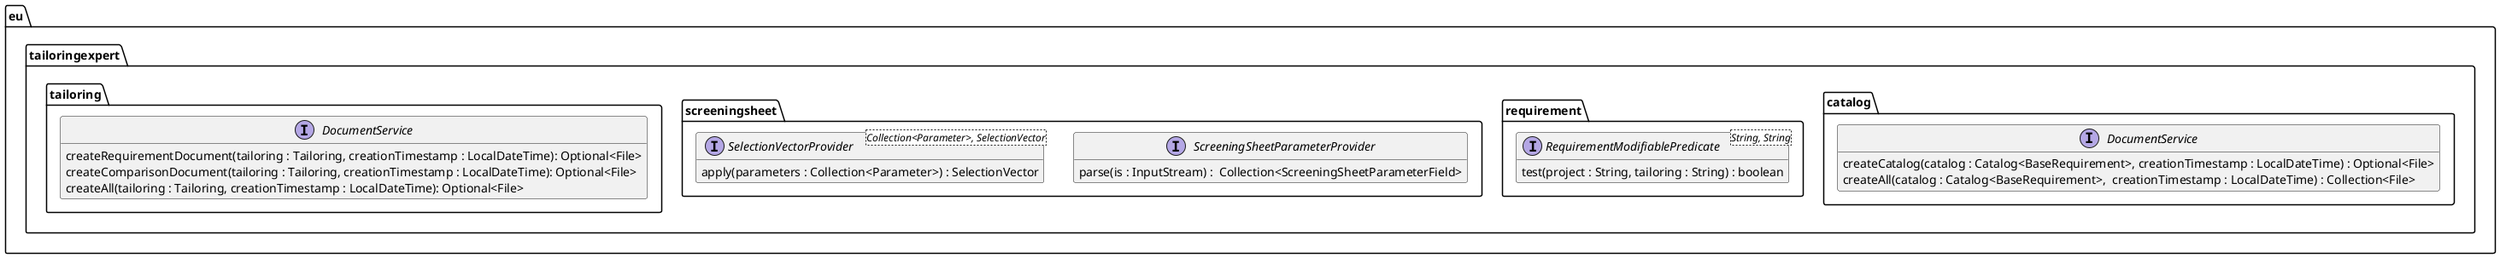
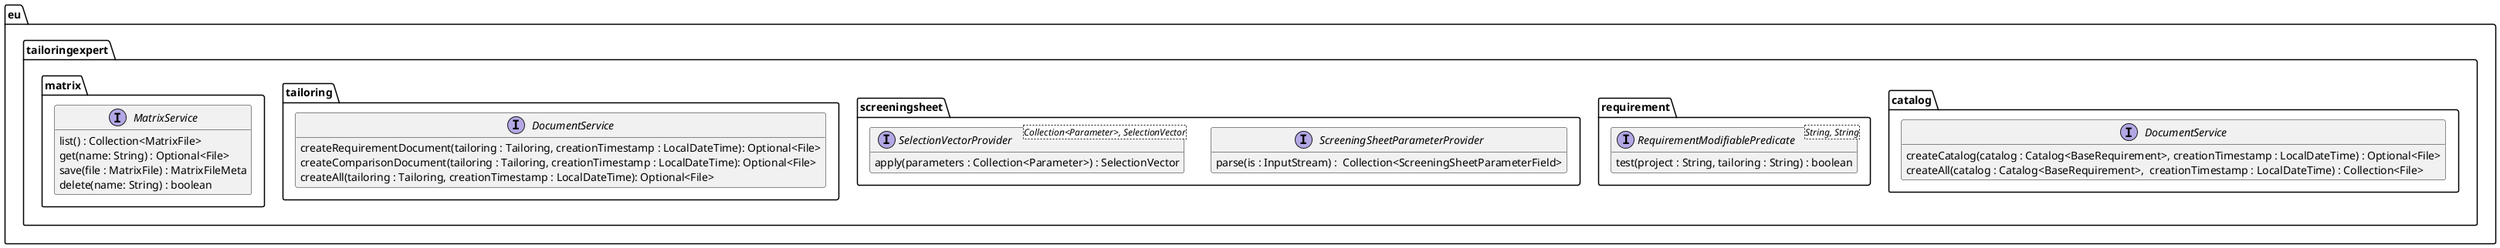
@startuml TenantInterfaces.png
hide empty members

skinparam componentStyle uml2
'skinparam component {
'  BorderColor #grey
'  BackgroundColor #white
'}

package eu.tailoringexpert {
    package catalog {
        interface DocumentService {
            createCatalog(catalog : Catalog<BaseRequirement>, creationTimestamp : LocalDateTime) : Optional<File>
            createAll(catalog : Catalog<BaseRequirement>,  creationTimestamp : LocalDateTime) : Collection<File>
        }
    }

    package requirement {
        interface "RequirementModifiablePredicate<String, String>" as RequirementModifiablePredicate{
            test(project : String, tailoring : String) : boolean
        }

    }

    package screeningsheet {
        interface ScreeningSheetParameterProvider {
            parse(is : InputStream) :  Collection<ScreeningSheetParameterField>
        }

        interface SelectionVectorProvider<Collection<Parameter>, SelectionVector> {
            apply(parameters : Collection<Parameter>) : SelectionVector
        }
    }
    package tailoring {
        interface DocumentService {
            createRequirementDocument(tailoring : Tailoring, creationTimestamp : LocalDateTime): Optional<File>
            createComparisonDocument(tailoring : Tailoring, creationTimestamp : LocalDateTime): Optional<File>
            createAll(tailoring : Tailoring, creationTimestamp : LocalDateTime): Optional<File>
        }
    }
+ 
+     package matrix {
+         interface MatrixService {
+             list() : Collection<MatrixFile>
+             get(name: String) : Optional<File>
+             save(file : MatrixFile) : MatrixFileMeta
+             delete(name: String) : boolean
+         }
+     }
}
- @enduml+ @enduml
